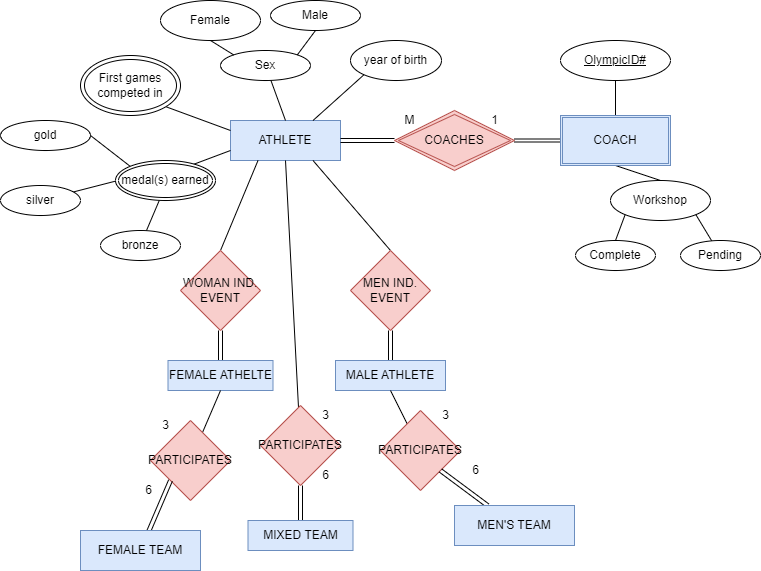
Earlier version of the draw.io export ER diagram A4.drawio.png (Alphamale42/Data-modelling). Source tidied: cells renumbered, new cells last; positions are measured from the earlier drawing's top-left corner, leaving out a move shared by most shapes.
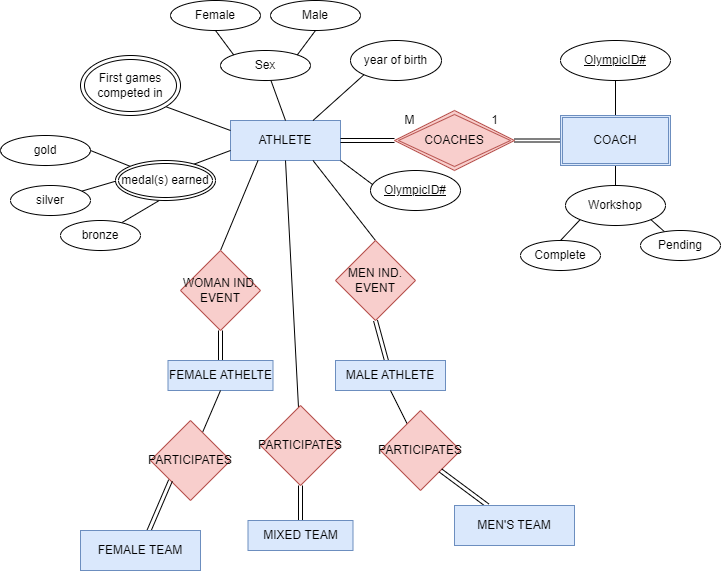
After the commit.

Diff of the diagram source:
```diff
@@ -30,19 +30,19 @@
       <mxGeometry relative="1" as="geometry" />
     </mxCell>
     <mxCell id="11" value="Workshop" style="ellipse;whiteSpace=wrap;html=1;" parent="1" vertex="1">
-      <mxGeometry x="610" y="180" width="100" height="40" as="geometry" />
+      <mxGeometry x="565" y="185" width="100" height="40" as="geometry" />
     </mxCell>
     <mxCell id="12" style="endArrow=none;html=1;rounded=0;exitX=0;exitY=1;exitDx=0;exitDy=0;entryX=0.5;entryY=0;entryDx=0;entryDy=0;" parent="1" edge="1" source="11" target="13">
       <mxGeometry relative="1" as="geometry" />
     </mxCell>
     <mxCell id="13" value="Complete" style="ellipse;whiteSpace=wrap;html=1;" parent="1" vertex="1">
-      <mxGeometry x="575" y="240" width="80" height="30" as="geometry" />
+      <mxGeometry x="520" y="240" width="80" height="30" as="geometry" />
     </mxCell>
     <mxCell id="14" style="endArrow=none;html=1;rounded=0;exitX=1;exitY=1;exitDx=0;exitDy=0;" parent="1" edge="1" source="11" target="15">
       <mxGeometry relative="1" as="geometry" />
     </mxCell>
     <mxCell id="15" value="Pending" style="ellipse;whiteSpace=wrap;html=1;" parent="1" vertex="1">
-      <mxGeometry x="680" y="240" width="80" height="30" as="geometry" />
+      <mxGeometry x="640" y="230" width="80" height="30" as="geometry" />
     </mxCell>
     <mxCell id="16" value="COACH" style="shape=ext;double=1;rounded=0;whiteSpace=wrap;html=1;fillColor=#dae8fc;strokeColor=#6c8ebf;" parent="1" vertex="1">
       <mxGeometry x="560" y="115" width="110" height="50" as="geometry" />
@@ -63,7 +63,7 @@
       <mxGeometry relative="1" as="geometry" />
     </mxCell>
     <mxCell id="22" value="Female" style="ellipse;whiteSpace=wrap;html=1;" parent="1" vertex="1">
-      <mxGeometry x="160" width="100" height="40" as="geometry" />
+      <mxGeometry x="170" width="90" height="30" as="geometry" />
     </mxCell>
     <mxCell id="23" style="endArrow=none;html=1;rounded=0;exitX=0;exitY=0.25;exitDx=0;exitDy=0;entryX=1;entryY=1;entryDx=0;entryDy=0;" parent="1" edge="1" source="2" target="24">
       <mxGeometry relative="1" as="geometry" />
@@ -87,7 +87,7 @@
       <mxGeometry relative="1" as="geometry" />
     </mxCell>
     <mxCell id="30" value="MEN IND. EVENT" style="rhombus;whiteSpace=wrap;html=1;fillColor=#f8cecc;strokeColor=#b85450;" parent="1" vertex="1">
-      <mxGeometry x="350" y="250" width="80" height="80" as="geometry" />
+      <mxGeometry x="335" y="240" width="80" height="80" as="geometry" />
     </mxCell>
     <mxCell id="31" style="endArrow=none;html=1;rounded=0;exitX=0.5;exitY=1;exitDx=0;exitDy=0;shape=link;" parent="1" edge="1" source="30" target="32">
       <mxGeometry relative="1" as="geometry" />
@@ -137,24 +137,6 @@
     <mxCell id="46" value="FEMALE TEAM" style="rounded=0;whiteSpace=wrap;html=1;fillColor=#dae8fc;strokeColor=#6c8ebf;" parent="1" vertex="1">
       <mxGeometry x="80" y="530" width="120" height="40" as="geometry" />
     </mxCell>
-    <mxCell id="47" value="3" style="text;html=1;align=center;verticalAlign=middle;fillColor=none;strokeColor=none;rounded=0;" parent="1" vertex="1">
-      <mxGeometry x="310" y="400" width="30" height="30" as="geometry" />
-    </mxCell>
-    <mxCell id="48" value="6" style="text;html=1;align=center;verticalAlign=middle;fillColor=none;strokeColor=none;rounded=0;" parent="1" vertex="1">
-      <mxGeometry x="310" y="460" width="30" height="30" as="geometry" />
-    </mxCell>
-    <mxCell id="49" value="3" style="text;html=1;align=center;verticalAlign=middle;fillColor=none;strokeColor=none;rounded=0;" parent="1" vertex="1">
-      <mxGeometry x="430" y="400" width="30" height="30" as="geometry" />
-    </mxCell>
-    <mxCell id="50" value="6" style="text;html=1;align=center;verticalAlign=middle;fillColor=none;strokeColor=none;rounded=0;" parent="1" vertex="1">
-      <mxGeometry x="460" y="455" width="30" height="30" as="geometry" />
-    </mxCell>
-    <mxCell id="51" value="3" style="text;html=1;align=center;verticalAlign=middle;fillColor=none;strokeColor=none;rounded=0;" parent="1" vertex="1">
-      <mxGeometry x="150" y="410" width="30" height="30" as="geometry" />
-    </mxCell>
-    <mxCell id="52" value="6" style="text;html=1;align=center;verticalAlign=middle;fillColor=none;strokeColor=none;rounded=0;" parent="1" vertex="1">
-      <mxGeometry x="132.5" y="475" width="30" height="30" as="geometry" />
-    </mxCell>
     <mxCell id="53" style="endArrow=none;html=1;rounded=0;entryX=0;entryY=0.75;entryDx=0;entryDy=0;exitX=1;exitY=0;exitDx=0;exitDy=0;" parent="1" edge="1" target="2">
       <mxGeometry relative="1" as="geometry">
         <mxPoint x="187.8" y="165.8" as="sourcePoint" />
@@ -166,10 +148,10 @@
       </mxGeometry>
     </mxCell>
     <mxCell id="55" value="bronze" style="ellipse;whiteSpace=wrap;html=1;" parent="1" vertex="1">
-      <mxGeometry x="100" y="230" width="80" height="30" as="geometry" />
+      <mxGeometry x="60" y="220" width="80" height="30" as="geometry" />
     </mxCell>
     <mxCell id="56" value="gold" style="ellipse;whiteSpace=wrap;html=1;" parent="1" vertex="1">
-      <mxGeometry y="120" width="90" height="30" as="geometry" />
+      <mxGeometry y="135" width="90" height="30" as="geometry" />
     </mxCell>
     <mxCell id="57" style="endArrow=none;html=1;rounded=0;entryX=1;entryY=0.5;entryDx=0;entryDy=0;exitX=0;exitY=0;exitDx=0;exitDy=0;" parent="1" edge="1" target="56">
       <mxGeometry relative="1" as="geometry">
@@ -182,10 +164,18 @@
       </mxGeometry>
     </mxCell>
     <mxCell id="59" value="silver" style="ellipse;whiteSpace=wrap;html=1;" parent="1" vertex="1">
-      <mxGeometry y="185" width="80" height="30" as="geometry" />
+      <mxGeometry x="10" y="185" width="80" height="30" as="geometry" />
     </mxCell>
     <mxCell id="60" value="medal(s) earned" style="ellipse;shape=doubleEllipse;margin=3;whiteSpace=wrap;html=1;align=center;" parent="1" vertex="1">
       <mxGeometry x="115" y="160" width="100" height="40" as="geometry" />
     </mxCell>
+    <mxCell id="61" style="endArrow=none;html=1;rounded=0;entryX=1;entryY=1;entryDx=0;entryDy=0;" parent="1" edge="1" target="2">
+      <mxGeometry relative="1" as="geometry">
+        <mxPoint x="380" y="190" as="sourcePoint" />
+      </mxGeometry>
+    </mxCell>
+    <mxCell id="62" value="&lt;u&gt;OlympicID#&lt;/u&gt;" style="ellipse;whiteSpace=wrap;html=1;" parent="1" vertex="1">
+      <mxGeometry x="370" y="170" width="90" height="40" as="geometry" />
+    </mxCell>
   </root>
 </mxGraphModel>
```
